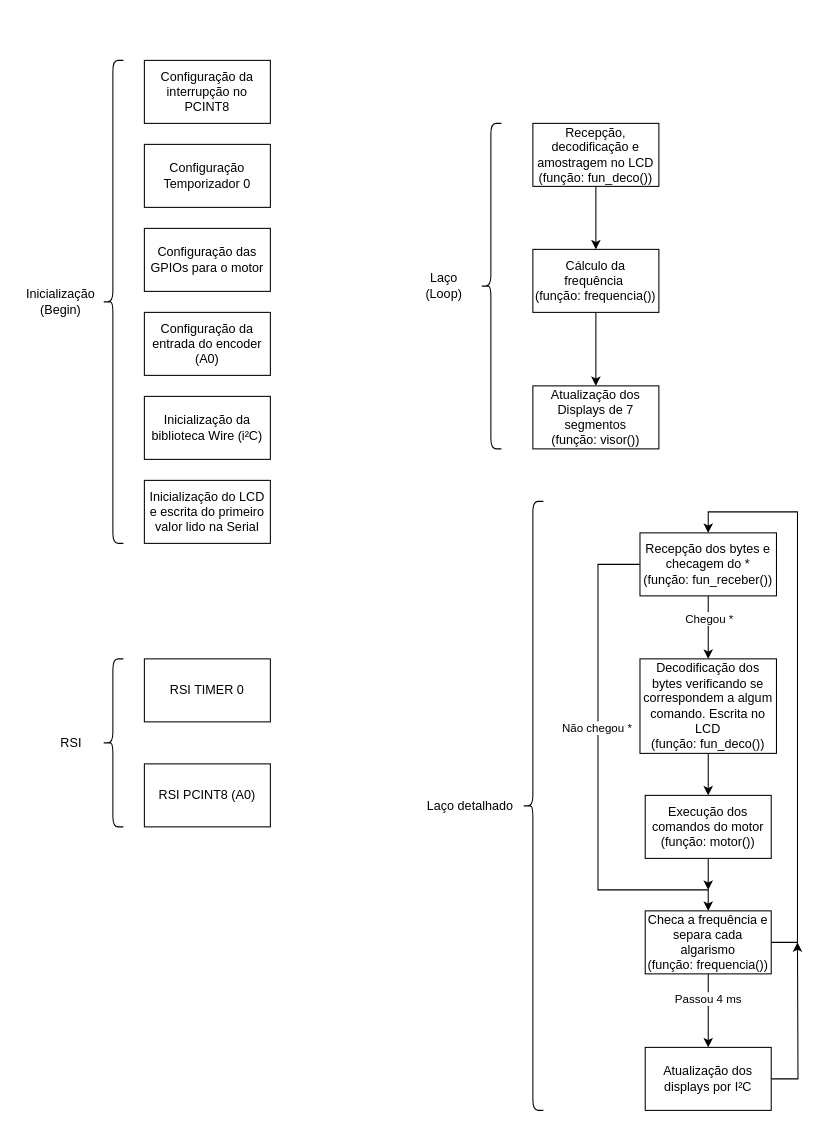
Before: Projeto 2/projeto_2_final.drawio in GustavoFA/EA076_2022_1S, a draw.io diagram. Source tidied: cells renumbered, new cells numbered last; positions are measured from the earlier drawing's top-left corner, leaving out a move shared by most shapes. Both pictures are drawn from the tidied source at 105%, with x=0, y=0 at pixel (18, 60).
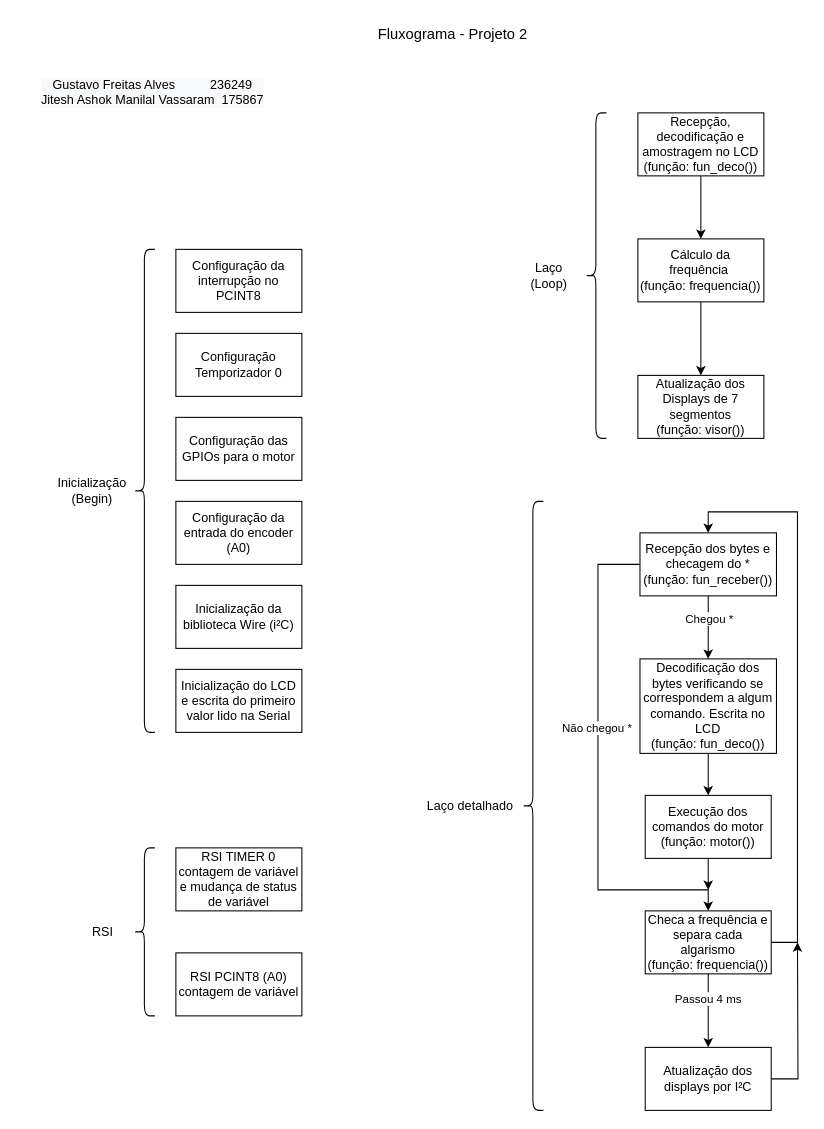
After the change.

Diff of the diagram source:
```diff
@@
     <mxCell id="3" value="Recepção, decodificação e amostragem no LCD&lt;br&gt;(função: fun_deco())" style="rounded=0;whiteSpace=wrap;html=1;" parent="1" vertex="1">
-      <mxGeometry x="490" y="60" width="120" height="60" as="geometry" />
+      <mxGeometry x="590" y="50" width="120" height="60" as="geometry" />
     </mxCell>
@@
     <mxCell id="5" value="Cálculo da frequência&amp;nbsp;&lt;br&gt;(função: frequencia())" style="rounded=0;whiteSpace=wrap;html=1;" parent="1" vertex="1">
-      <mxGeometry x="490" y="180" width="120" height="60" as="geometry" />
+      <mxGeometry x="590" y="170" width="120" height="60" as="geometry" />
     </mxCell>
     <mxCell id="6" value="Atualização dos Displays de 7 segmentos&lt;br&gt;(função: visor())" style="rounded=0;whiteSpace=wrap;html=1;" parent="1" vertex="1">
-      <mxGeometry x="490" y="310" width="120" height="60" as="geometry" />
+      <mxGeometry x="590" y="300" width="120" height="60" as="geometry" />
     </mxCell>
     <mxCell id="7" value="Configuração da interrupção no PCINT8" style="whiteSpace=wrap;html=1;" parent="1" vertex="1">
-      <mxGeometry x="120" width="120" height="60" as="geometry" />
+      <mxGeometry x="150" y="180" width="120" height="60" as="geometry" />
     </mxCell>
     <mxCell id="8" value="Configuração Temporizador 0" style="whiteSpace=wrap;html=1;" parent="1" vertex="1">
-      <mxGeometry x="120" y="80" width="120" height="60" as="geometry" />
+      <mxGeometry x="150" y="260" width="120" height="60" as="geometry" />
     </mxCell>
     <mxCell id="9" value="Configuração das GPIOs para o motor" style="whiteSpace=wrap;html=1;" parent="1" vertex="1">
-      <mxGeometry x="120" y="160" width="120" height="60" as="geometry" />
+      <mxGeometry x="150" y="340" width="120" height="60" as="geometry" />
     </mxCell>
     <mxCell id="10" value="Configuração da entrada do encoder (A0)" style="whiteSpace=wrap;html=1;" parent="1" vertex="1">
-      <mxGeometry x="120" y="240" width="120" height="60" as="geometry" />
+      <mxGeometry x="150" y="420" width="120" height="60" as="geometry" />
     </mxCell>
     <mxCell id="11" value="Inicialização da biblioteca Wire (i²C)" style="whiteSpace=wrap;html=1;" parent="1" vertex="1">
-      <mxGeometry x="120" y="320" width="120" height="60" as="geometry" />
+      <mxGeometry x="150" y="500" width="120" height="60" as="geometry" />
     </mxCell>
     <mxCell id="12" value="Inicialização do LCD e escrita do primeiro valor lido na Serial" style="whiteSpace=wrap;html=1;" parent="1" vertex="1">
-      <mxGeometry x="120" y="400" width="120" height="60" as="geometry" />
+      <mxGeometry x="150" y="580" width="120" height="60" as="geometry" />
     </mxCell>
     <mxCell id="13" style="shape=curlyBracket;whiteSpace=wrap;html=1;rounded=1;" parent="1" vertex="1">
-      <mxGeometry x="80" width="20" height="460" as="geometry" />
+      <mxGeometry x="110" y="180" width="20" height="460" as="geometry" />
     </mxCell>
     <mxCell id="14" value="Inicialização&lt;br&gt;(Begin)" style="text;html=1;align=center;verticalAlign=middle;strokeColor=none;fillColor=none;" parent="1" vertex="1">
-      <mxGeometry y="215" width="80" height="30" as="geometry" />
+      <mxGeometry x="30" y="395" width="80" height="30" as="geometry" />
     </mxCell>
     <mxCell id="15" style="shape=curlyBracket;whiteSpace=wrap;html=1;rounded=1;" parent="1" vertex="1">
-      <mxGeometry x="440" y="60" width="20" height="310" as="geometry" />
+      <mxGeometry x="540" y="50" width="20" height="310" as="geometry" />
     </mxCell>
     <mxCell id="16" value="Laço&lt;br&gt;(Loop)" style="text;html=1;align=center;verticalAlign=middle;strokeColor=none;fillColor=none;" parent="1" vertex="1">
-      <mxGeometry x="380" y="200" width="50" height="30" as="geometry" />
+      <mxGeometry x="480" y="190" width="50" height="30" as="geometry" />
     </mxCell>
-    <mxCell id="17" value="RSI TIMER 0" style="whiteSpace=wrap;html=1;" parent="1" vertex="1">
-      <mxGeometry x="120" y="570" width="120" height="60" as="geometry" />
+    <mxCell id="17" value="RSI TIMER 0&lt;br&gt;contagem de variável e mudança de status de variável" style="whiteSpace=wrap;html=1;" parent="1" vertex="1">
+      <mxGeometry x="150" y="750" width="120" height="60" as="geometry" />
     </mxCell>
-    <mxCell id="18" value="RSI PCINT8 (A0)" style="whiteSpace=wrap;html=1;" parent="1" vertex="1">
-      <mxGeometry x="120" y="670" width="120" height="60" as="geometry" />
+    <mxCell id="18" value="RSI PCINT8 (A0)&lt;br&gt;contagem de variável" style="whiteSpace=wrap;html=1;" parent="1" vertex="1">
+      <mxGeometry x="150" y="850" width="120" height="60" as="geometry" />
     </mxCell>
     <mxCell id="19" style="shape=curlyBracket;whiteSpace=wrap;html=1;rounded=1;" parent="1" vertex="1">
-      <mxGeometry x="80" y="570" width="20" height="160" as="geometry" />
+      <mxGeometry x="110" y="750" width="20" height="160" as="geometry" />
     </mxCell>
     <mxCell id="20" value="RSI" style="text;html=1;align=center;verticalAlign=middle;strokeColor=none;fillColor=none;" parent="1" vertex="1">
-      <mxGeometry x="30" y="640" width="40" height="20" as="geometry" />
+      <mxGeometry x="60" y="820" width="40" height="20" as="geometry" />
     </mxCell>
@@
+    <mxCell id="38" value="&lt;div style=&quot;color: rgb(0, 0, 0); font-family: helvetica; font-size: 12px; font-style: normal; font-weight: 400; letter-spacing: normal; text-align: center; text-indent: 0px; text-transform: none; word-spacing: 0px; background-color: rgb(248, 249, 250);&quot;&gt;Gustavo Freitas Alves&amp;nbsp; &amp;nbsp; &amp;nbsp; &amp;nbsp; &amp;nbsp; 236249&lt;/div&gt;&lt;div style=&quot;color: rgb(0, 0, 0); font-family: helvetica; font-size: 12px; font-style: normal; font-weight: 400; letter-spacing: normal; text-align: center; text-indent: 0px; text-transform: none; word-spacing: 0px; background-color: rgb(248, 249, 250);&quot;&gt;Jitesh Ashok Manilal Vassaram&amp;nbsp; 175867&lt;/div&gt;" style="text;whiteSpace=wrap;html=1;" parent="1" vertex="1">
+      <mxGeometry x="20" y="10" width="240" height="40" as="geometry" />
+    </mxCell>
+    <mxCell id="39" value="&lt;font style=&quot;font-size: 14px&quot;&gt;Fluxograma - Projeto 2&lt;/font&gt;" style="text;html=1;strokeColor=none;fillColor=none;align=center;verticalAlign=middle;whiteSpace=wrap;rounded=0;" parent="1" vertex="1">
+      <mxGeometry x="307" y="-40" width="214" height="30" as="geometry" />
+    </mxCell>
```
